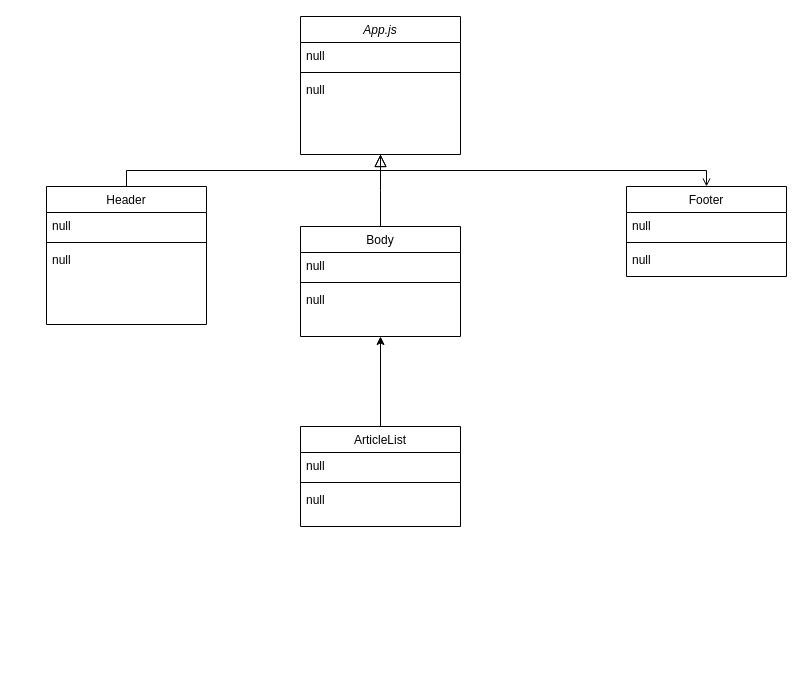
This is Glog_Structure.drawio from junzero741/Glog, a draw.io file, before an edit. Source tidied: cells renumbered, new cells numbered last; positions are measured from the earlier drawing's top-left corner, leaving out a move shared by most shapes. Both pictures are drawn from the tidied source at 100%, with x=0, y=0 at pixel (46, 16).
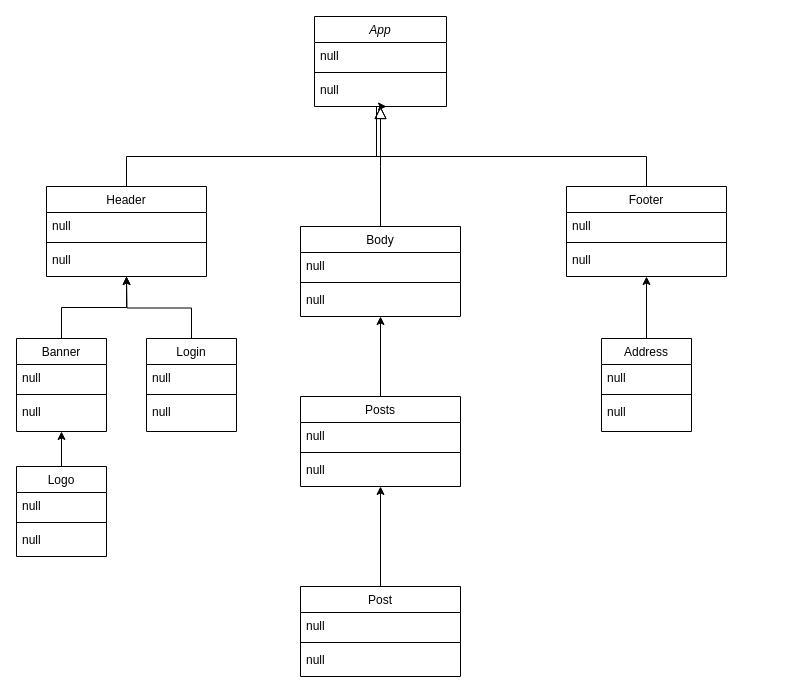
After the change.

The edit, as a diff of the source:
```diff
@@
-    <mxCell id="2" value="App.js" style="swimlane;fontStyle=2;align=center;verticalAlign=top;horizontal=1;startSize=26;rounded=0;shadow=0;strokeWidth=1;" parent="1" vertex="1">
-      <mxGeometry x="254" width="160" height="138" as="geometry" />
+    <mxCell id="2" value="App" style="swimlane;fontStyle=2;align=center;verticalAlign=top;horizontal=1;startSize=26;rounded=0;shadow=0;strokeWidth=1;" parent="1" vertex="1">
+      <mxGeometry x="268" width="132" height="90" as="geometry" />
     </mxCell>
     <mxCell id="3" value="null" style="text;align=left;verticalAlign=top;spacingLeft=4;spacingRight=4;overflow=hidden;" parent="2" vertex="1">
-      <mxGeometry y="26" width="160" height="26" as="geometry" />
+      <mxGeometry y="26" width="132" height="26" as="geometry" />
     </mxCell>
     <mxCell id="4" style="line;html=1;strokeWidth=1;align=left;verticalAlign=middle;spacingTop=-1;spacingLeft=3;spacingRight=3;labelPosition=right;" parent="2" vertex="1">
-      <mxGeometry y="52" width="160" height="8" as="geometry" />
+      <mxGeometry y="52" width="132" height="8" as="geometry" />
     </mxCell>
     <mxCell id="5" value="null" style="text;align=left;verticalAlign=top;spacingLeft=4;spacingRight=4;overflow=hidden;" parent="2" vertex="1">
-      <mxGeometry y="60" width="160" height="26" as="geometry" />
+      <mxGeometry y="60" width="132" height="26" as="geometry" />
     </mxCell>
     <mxCell id="6" value="Header" style="swimlane;fontStyle=0;align=center;verticalAlign=top;horizontal=1;startSize=26;rounded=0;shadow=0;strokeWidth=1;" parent="1" vertex="1">
-      <mxGeometry y="170" width="160" height="138" as="geometry" />
+      <mxGeometry y="170" width="160" height="90" as="geometry" />
     </mxCell>
@@
     <mxCell id="10" style="endArrow=block;endSize=10;endFill=0;shadow=0;strokeWidth=1;rounded=0;edgeStyle=elbowEdgeStyle;elbow=vertical;" parent="1" edge="1" source="6" target="2">
-      <mxGeometry relative="1" as="geometry" />
+      <mxGeometry relative="1" as="geometry">
+        <Array as="points">
+          <mxPoint x="210" y="140" />
+        </Array>
+      </mxGeometry>
     </mxCell>
     <mxCell id="11" value="Body" style="swimlane;fontStyle=0;align=center;verticalAlign=top;horizontal=1;startSize=26;rounded=0;shadow=0;strokeWidth=1;" parent="1" vertex="1">
-      <mxGeometry x="254" y="210" width="160" height="110" as="geometry" />
+      <mxGeometry x="254" y="210" width="160" height="90" as="geometry" />
     </mxCell>
@@
+    <mxCell id="26" style="edgeStyle=orthogonalEdgeStyle;rounded=0;jettySize=auto;html=1;" parent="1" edge="1" source="16">
+      <mxGeometry relative="1" as="geometry">
+        <mxPoint x="340" y="90" as="targetPoint" />
+        <Array as="points">
+          <mxPoint x="600" y="140" />
+          <mxPoint x="330" y="140" />
+          <mxPoint x="330" y="90" />
+        </Array>
+      </mxGeometry>
+    </mxCell>
     <mxCell id="16" value="Footer" style="swimlane;fontStyle=0;align=center;verticalAlign=top;horizontal=1;startSize=26;rounded=0;shadow=0;strokeWidth=1;" parent="1" vertex="1">
-      <mxGeometry x="580" y="170" width="160" height="90" as="geometry" />
+      <mxGeometry x="520" y="170" width="160" height="90" as="geometry" />
     </mxCell>
@@
-    <mxCell id="20" style="endArrow=open;shadow=0;strokeWidth=1;rounded=0;endFill=1;edgeStyle=elbowEdgeStyle;elbow=vertical;" parent="1" edge="1" source="2" target="16">
-      <mxGeometry x="0.5" y="41" relative="1" as="geometry">
-        <mxPoint x="-40" y="32" as="offset" />
-      </mxGeometry>
-    </mxCell>
@@
-    <mxCell id="22" value="ArticleList" style="swimlane;fontStyle=0;align=center;verticalAlign=top;horizontal=1;startSize=26;rounded=0;shadow=0;strokeWidth=1;" parent="1" vertex="1">
-      <mxGeometry x="254" y="410" width="160" height="100" as="geometry" />
+    <mxCell id="22" value="Posts" style="swimlane;fontStyle=0;align=center;verticalAlign=top;horizontal=1;startSize=26;rounded=0;shadow=0;strokeWidth=1;" parent="1" vertex="1">
+      <mxGeometry x="254" y="380" width="160" height="90" as="geometry" />
     </mxCell>
@@
+    <mxCell id="27" style="edgeStyle=orthogonalEdgeStyle;rounded=0;jettySize=auto;html=1;entryX=0.5;entryY=1;entryDx=0;entryDy=0;" parent="1" edge="1" source="28" target="22">
+      <mxGeometry relative="1" as="geometry" />
+    </mxCell>
+    <mxCell id="28" value="Post" style="swimlane;fontStyle=0;align=center;verticalAlign=top;horizontal=1;startSize=26;rounded=0;shadow=0;strokeWidth=1;" parent="1" vertex="1">
+      <mxGeometry x="254" y="570" width="160" height="90" as="geometry" />
+    </mxCell>
+    <mxCell id="29" value="null" style="text;align=left;verticalAlign=top;spacingLeft=4;spacingRight=4;overflow=hidden;" parent="28" vertex="1">
+      <mxGeometry y="26" width="160" height="26" as="geometry" />
+    </mxCell>
+    <mxCell id="30" style="line;html=1;strokeWidth=1;align=left;verticalAlign=middle;spacingTop=-1;spacingLeft=3;spacingRight=3;labelPosition=right;" parent="28" vertex="1">
+      <mxGeometry y="52" width="160" height="8" as="geometry" />
+    </mxCell>
+    <mxCell id="31" value="null" style="text;align=left;verticalAlign=top;spacingLeft=4;spacingRight=4;overflow=hidden;" parent="28" vertex="1">
+      <mxGeometry y="60" width="160" height="26" as="geometry" />
+    </mxCell>
+    <mxCell id="32" style="edgeStyle=orthogonalEdgeStyle;rounded=0;jettySize=auto;html=1;exitX=0.5;exitY=0;exitDx=0;exitDy=0;entryX=0.5;entryY=1;entryDx=0;entryDy=0;" parent="1" edge="1" source="33" target="6">
+      <mxGeometry relative="1" as="geometry" />
+    </mxCell>
+    <mxCell id="33" value="Banner" style="swimlane;fontStyle=0;align=center;verticalAlign=top;horizontal=1;startSize=26;rounded=0;shadow=0;strokeWidth=1;" parent="1" vertex="1">
+      <mxGeometry x="-30" y="322" width="90" height="93" as="geometry" />
+    </mxCell>
+    <mxCell id="34" value="null" style="text;align=left;verticalAlign=top;spacingLeft=4;spacingRight=4;overflow=hidden;rounded=0;shadow=0;html=0;" parent="33" vertex="1">
+      <mxGeometry y="26" width="90" height="26" as="geometry" />
+    </mxCell>
+    <mxCell id="35" style="line;html=1;strokeWidth=1;align=left;verticalAlign=middle;spacingTop=-1;spacingLeft=3;spacingRight=3;labelPosition=right;" parent="33" vertex="1">
+      <mxGeometry y="52" width="90" height="8" as="geometry" />
+    </mxCell>
+    <mxCell id="36" value="null" style="text;align=left;verticalAlign=top;spacingLeft=4;spacingRight=4;overflow=hidden;" parent="33" vertex="1">
+      <mxGeometry y="60" width="90" height="26" as="geometry" />
+    </mxCell>
+    <mxCell id="37" style="edgeStyle=orthogonalEdgeStyle;rounded=0;jettySize=auto;html=1;exitX=0.5;exitY=0;exitDx=0;exitDy=0;" parent="1" edge="1" source="38">
+      <mxGeometry relative="1" as="geometry">
+        <mxPoint x="80" y="260" as="targetPoint" />
+      </mxGeometry>
+    </mxCell>
+    <mxCell id="38" value="Login" style="swimlane;fontStyle=0;align=center;verticalAlign=top;horizontal=1;startSize=26;rounded=0;shadow=0;strokeWidth=1;" parent="1" vertex="1">
+      <mxGeometry x="100" y="322" width="90" height="93" as="geometry" />
+    </mxCell>
+    <mxCell id="39" value="null" style="text;align=left;verticalAlign=top;spacingLeft=4;spacingRight=4;overflow=hidden;rounded=0;shadow=0;html=0;" parent="38" vertex="1">
+      <mxGeometry y="26" width="90" height="26" as="geometry" />
+    </mxCell>
+    <mxCell id="40" style="line;html=1;strokeWidth=1;align=left;verticalAlign=middle;spacingTop=-1;spacingLeft=3;spacingRight=3;labelPosition=right;" parent="38" vertex="1">
+      <mxGeometry y="52" width="90" height="8" as="geometry" />
+    </mxCell>
+    <mxCell id="41" value="null" style="text;align=left;verticalAlign=top;spacingLeft=4;spacingRight=4;overflow=hidden;" parent="38" vertex="1">
+      <mxGeometry y="60" width="90" height="26" as="geometry" />
+    </mxCell>
+    <mxCell id="42" style="edgeStyle=orthogonalEdgeStyle;rounded=0;jettySize=auto;html=1;entryX=0.5;entryY=1;entryDx=0;entryDy=0;" parent="1" edge="1" source="43" target="33">
+      <mxGeometry relative="1" as="geometry" />
+    </mxCell>
+    <mxCell id="43" value="Logo" style="swimlane;fontStyle=0;align=center;verticalAlign=top;horizontal=1;startSize=26;rounded=0;shadow=0;strokeWidth=1;" parent="1" vertex="1">
+      <mxGeometry x="-30" y="450" width="90" height="90" as="geometry" />
+    </mxCell>
+    <mxCell id="44" value="null" style="text;align=left;verticalAlign=top;spacingLeft=4;spacingRight=4;overflow=hidden;rounded=0;shadow=0;html=0;" parent="43" vertex="1">
+      <mxGeometry y="26" width="90" height="26" as="geometry" />
+    </mxCell>
+    <mxCell id="45" style="line;html=1;strokeWidth=1;align=left;verticalAlign=middle;spacingTop=-1;spacingLeft=3;spacingRight=3;labelPosition=right;" parent="43" vertex="1">
+      <mxGeometry y="52" width="90" height="8" as="geometry" />
+    </mxCell>
+    <mxCell id="46" value="null" style="text;align=left;verticalAlign=top;spacingLeft=4;spacingRight=4;overflow=hidden;" parent="43" vertex="1">
+      <mxGeometry y="60" width="90" height="26" as="geometry" />
+    </mxCell>
+    <mxCell id="47" style="edgeStyle=orthogonalEdgeStyle;rounded=0;jettySize=auto;html=1;exitX=0.5;exitY=0;exitDx=0;exitDy=0;entryX=0.5;entryY=1;entryDx=0;entryDy=0;" parent="1" edge="1" source="48" target="16">
+      <mxGeometry relative="1" as="geometry" />
+    </mxCell>
+    <mxCell id="48" value="Address" style="swimlane;fontStyle=0;align=center;verticalAlign=top;horizontal=1;startSize=26;rounded=0;shadow=0;strokeWidth=1;" parent="1" vertex="1">
+      <mxGeometry x="555" y="322" width="90" height="93" as="geometry" />
+    </mxCell>
+    <mxCell id="49" value="null" style="text;align=left;verticalAlign=top;spacingLeft=4;spacingRight=4;overflow=hidden;rounded=0;shadow=0;html=0;" parent="48" vertex="1">
+      <mxGeometry y="26" width="90" height="26" as="geometry" />
+    </mxCell>
+    <mxCell id="50" style="line;html=1;strokeWidth=1;align=left;verticalAlign=middle;spacingTop=-1;spacingLeft=3;spacingRight=3;labelPosition=right;" parent="48" vertex="1">
+      <mxGeometry y="52" width="90" height="8" as="geometry" />
+    </mxCell>
+    <mxCell id="51" value="null" style="text;align=left;verticalAlign=top;spacingLeft=4;spacingRight=4;overflow=hidden;" parent="48" vertex="1">
+      <mxGeometry y="60" width="90" height="26" as="geometry" />
+    </mxCell>
```
